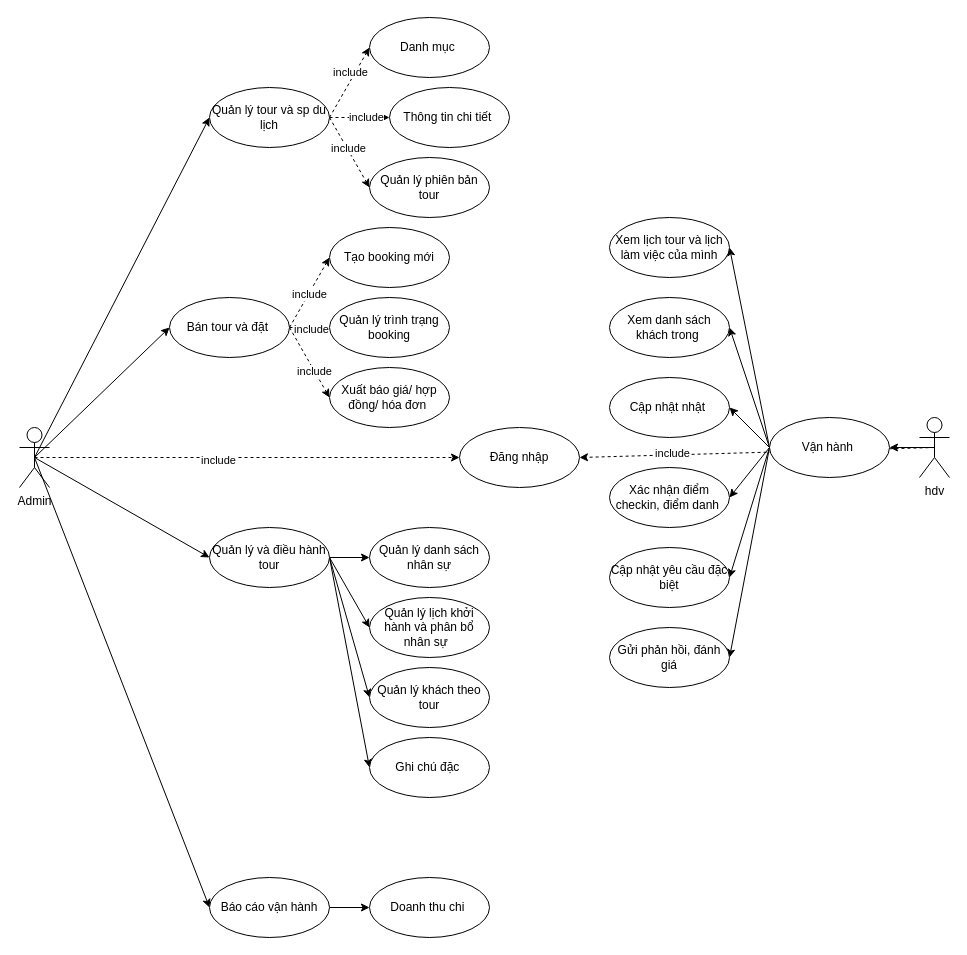
Before: Biểu đồ không có tiêu đề.drawio in Carrotnot4me/Du_an_1_new, a draw.io diagram. Source tidied: cells renumbered, new cells numbered last; positions are measured from the earlier drawing's top-left corner, leaving out a move shared by most shapes. Both pictures are drawn from the tidied source at 100%, with x=0, y=0 at pixel (19, 17).
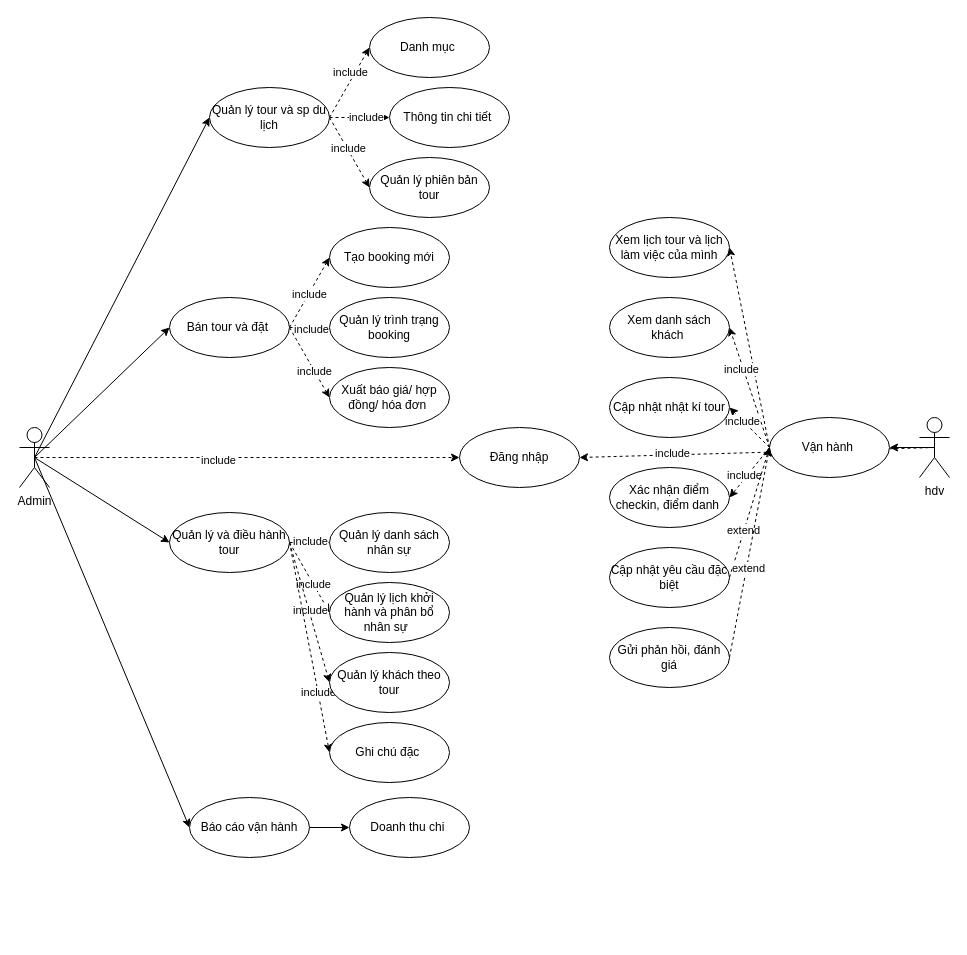
Above is the later version.

The change refers to these unchanged cells:
```xml
<mxCell id="52" value="Vận hành&amp;nbsp;" style="ellipse;whiteSpace=wrap;html=1;" parent="1" vertex="1">
  <mxGeometry x="750" y="400" width="120" height="60" as="geometry" />
</mxCell>
<mxCell id="55" value="Xem lịch tour và lịch làm việc của mình" style="ellipse;whiteSpace=wrap;html=1;" parent="1" vertex="1">
  <mxGeometry x="590" y="200" width="120" height="60" as="geometry" />
</mxCell>
<mxCell id="57" value="Xác nhận điểm checkin, điểm danh&amp;nbsp;" style="ellipse;whiteSpace=wrap;html=1;" parent="1" vertex="1">
  <mxGeometry x="590" y="450" width="120" height="60" as="geometry" />
</mxCell>
<mxCell id="58" value="Cập nhật yêu cầu đặc biệt" style="ellipse;whiteSpace=wrap;html=1;" parent="1" vertex="1">
  <mxGeometry x="590" y="530" width="120" height="60" as="geometry" />
</mxCell>
<mxCell id="59" value="Gửi phản hồi, đánh giá" style="ellipse;whiteSpace=wrap;html=1;" parent="1" vertex="1">
  <mxGeometry x="590" y="610" width="120" height="60" as="geometry" />
</mxCell>
```

What changed in the source:
```diff
@@
-    <mxCell id="28" style="edgeStyle=orthogonalEdgeStyle;rounded=0;jettySize=auto;html=1;exitX=1;exitY=0.5;exitDx=0;exitDy=0;" parent="1" edge="1" source="32" target="44">
+    <mxCell id="28" style="edgeStyle=orthogonalEdgeStyle;rounded=0;jettySize=auto;html=1;exitX=1;exitY=0.5;exitDx=0;exitDy=0;dashed=1;" parent="1" edge="1" source="32" target="44">
       <mxGeometry relative="1" as="geometry" />
     </mxCell>
+    <mxCell id="60" value="include" style="edgeLabel;html=1;align=center;verticalAlign=middle;" parent="28" vertex="1">
+      <mxGeometry y="2" relative="1" as="geometry" />
+    </mxCell>
-    <mxCell id="29" style="rounded=0;jettySize=auto;html=1;exitX=1;exitY=0.5;exitDx=0;exitDy=0;entryX=0;entryY=0.5;entryDx=0;entryDy=0;" parent="1" edge="1" source="32" target="41">
+    <mxCell id="29" style="rounded=0;jettySize=auto;html=1;exitX=1;exitY=0.5;exitDx=0;exitDy=0;entryX=0;entryY=0.5;entryDx=0;entryDy=0;dashed=1;" parent="1" edge="1" source="32" target="41">
       <mxGeometry relative="1" as="geometry" />
     </mxCell>
+    <mxCell id="61" value="include" style="edgeLabel;html=1;align=center;verticalAlign=middle;" parent="29" vertex="1">
+      <mxGeometry x="0.18" relative="1" as="geometry" />
+    </mxCell>
-    <mxCell id="30" style="rounded=0;jettySize=auto;html=1;exitX=1;exitY=0.5;exitDx=0;exitDy=0;entryX=0;entryY=0.5;entryDx=0;entryDy=0;" parent="1" edge="1" source="32" target="42">
+    <mxCell id="30" style="rounded=0;jettySize=auto;html=1;exitX=1;exitY=0.5;exitDx=0;exitDy=0;entryX=0;entryY=0.5;entryDx=0;entryDy=0;dashed=1;" parent="1" edge="1" source="32" target="42">
       <mxGeometry relative="1" as="geometry" />
     </mxCell>
+    <mxCell id="62" value="include" style="edgeLabel;html=1;align=center;verticalAlign=middle;" parent="30" vertex="1">
+      <mxGeometry x="-0.04" y="1" relative="1" as="geometry" />
+    </mxCell>
-    <mxCell id="31" style="rounded=0;jettySize=auto;html=1;exitX=1;exitY=0.5;exitDx=0;exitDy=0;entryX=0;entryY=0.5;entryDx=0;entryDy=0;" parent="1" edge="1" source="32" target="43">
+    <mxCell id="31" style="rounded=0;jettySize=auto;html=1;exitX=1;exitY=0.5;exitDx=0;exitDy=0;entryX=0;entryY=0.5;entryDx=0;entryDy=0;dashed=1;" parent="1" edge="1" source="32" target="43">
       <mxGeometry relative="1" as="geometry" />
     </mxCell>
+    <mxCell id="63" value="include" style="edgeLabel;html=1;align=center;verticalAlign=middle;" parent="31" vertex="1">
+      <mxGeometry x="0.42" relative="1" as="geometry" />
+    </mxCell>
     <mxCell id="32" value="Quản lý và điều hành tour" style="ellipse;whiteSpace=wrap;html=1;" parent="1" vertex="1">
-      <mxGeometry x="190" y="510" width="120" height="60" as="geometry" />
+      <mxGeometry x="150" y="495" width="120" height="60" as="geometry" />
     </mxCell>
@@
     <mxCell id="34" value="Báo cáo vận hành" style="ellipse;whiteSpace=wrap;html=1;" parent="1" vertex="1">
-      <mxGeometry x="190" y="860" width="120" height="60" as="geometry" />
+      <mxGeometry x="170" y="780" width="120" height="60" as="geometry" />
     </mxCell>
@@
     <mxCell id="41" value="Quản lý lịch khởi hành và phân bổ nhân sự&amp;nbsp;&amp;nbsp;" style="ellipse;whiteSpace=wrap;html=1;" parent="1" vertex="1">
-      <mxGeometry x="350" y="580" width="120" height="60" as="geometry" />
+      <mxGeometry x="310" y="565" width="120" height="60" as="geometry" />
     </mxCell>
     <mxCell id="42" value="Quản lý khách theo tour" style="ellipse;whiteSpace=wrap;html=1;" parent="1" vertex="1">
-      <mxGeometry x="350" y="650" width="120" height="60" as="geometry" />
+      <mxGeometry x="310" y="635" width="120" height="60" as="geometry" />
     </mxCell>
     <mxCell id="43" value="Ghi chú đặc&amp;nbsp;" style="ellipse;whiteSpace=wrap;html=1;" parent="1" vertex="1">
-      <mxGeometry x="350" y="720" width="120" height="60" as="geometry" />
+      <mxGeometry x="310" y="705" width="120" height="60" as="geometry" />
     </mxCell>
     <mxCell id="44" value="Quản lý danh sách nhân sự" style="ellipse;whiteSpace=wrap;html=1;" parent="1" vertex="1">
-      <mxGeometry x="350" y="510" width="120" height="60" as="geometry" />
+      <mxGeometry x="310" y="495" width="120" height="60" as="geometry" />
     </mxCell>
     <mxCell id="45" value="Doanh thu chi&amp;nbsp;" style="ellipse;whiteSpace=wrap;html=1;" parent="1" vertex="1">
-      <mxGeometry x="350" y="860" width="120" height="60" as="geometry" />
+      <mxGeometry x="330" y="780" width="120" height="60" as="geometry" />
     </mxCell>
-    <mxCell id="46" style="rounded=0;jettySize=auto;html=1;exitX=0;exitY=0.5;exitDx=0;exitDy=0;entryX=1;entryY=0.5;entryDx=0;entryDy=0;" parent="1" edge="1" source="52" target="55">
+    <mxCell id="46" style="rounded=0;jettySize=auto;html=1;exitX=0;exitY=0.5;exitDx=0;exitDy=0;entryX=1;entryY=0.5;entryDx=0;entryDy=0;dashed=1;" parent="1" edge="1" source="52" target="55">
       <mxGeometry relative="1" as="geometry" />
     </mxCell>
-    <mxCell id="47" style="rounded=0;jettySize=auto;html=1;exitX=0;exitY=0.5;exitDx=0;exitDy=0;entryX=1;entryY=0.5;entryDx=0;entryDy=0;" parent="1" edge="1" source="52" target="53">
+    <mxCell id="47" style="rounded=0;jettySize=auto;html=1;exitX=0;exitY=0.5;exitDx=0;exitDy=0;entryX=1;entryY=0.5;entryDx=0;entryDy=0;dashed=1;" parent="1" edge="1" source="52" target="53">
       <mxGeometry relative="1" as="geometry" />
     </mxCell>
-    <mxCell id="48" style="rounded=0;jettySize=auto;html=1;exitX=0;exitY=0.5;exitDx=0;exitDy=0;entryX=1;entryY=0.5;entryDx=0;entryDy=0;" parent="1" edge="1" source="52" target="58">
-      <mxGeometry relative="1" as="geometry" />
-    </mxCell>
-    <mxCell id="49" style="rounded=0;jettySize=auto;html=1;exitX=0;exitY=0.5;exitDx=0;exitDy=0;entryX=1;entryY=0.5;entryDx=0;entryDy=0;" parent="1" edge="1" source="52" target="59">
-      <mxGeometry relative="1" as="geometry" />
-    </mxCell>
+    <mxCell id="64" value="include" style="edgeLabel;html=1;align=center;verticalAlign=middle;" parent="47" vertex="1">
+      <mxGeometry x="0.31" y="2" relative="1" as="geometry" />
+    </mxCell>
-    <mxCell id="50" style="rounded=0;jettySize=auto;html=1;exitX=0;exitY=0.5;exitDx=0;exitDy=0;entryX=1;entryY=0.5;entryDx=0;entryDy=0;" parent="1" edge="1" source="52" target="54">
+    <mxCell id="50" style="rounded=0;jettySize=auto;html=1;exitX=0;exitY=0.5;exitDx=0;exitDy=0;entryX=1;entryY=0.5;entryDx=0;entryDy=0;dashed=1;" parent="1" edge="1" source="52" target="54">
       <mxGeometry relative="1" as="geometry" />
     </mxCell>
+    <mxCell id="65" value="include" style="edgeLabel;html=1;align=center;verticalAlign=middle;" parent="50" vertex="1">
+      <mxGeometry x="0.34" y="1" relative="1" as="geometry" />
+    </mxCell>
-    <mxCell id="51" style="rounded=0;jettySize=auto;html=1;exitX=0;exitY=0.5;exitDx=0;exitDy=0;entryX=1;entryY=0.5;entryDx=0;entryDy=0;" parent="1" edge="1" source="52" target="57">
+    <mxCell id="51" style="rounded=0;jettySize=auto;html=1;exitX=0;exitY=0.5;exitDx=0;exitDy=0;entryX=1;entryY=0.5;entryDx=0;entryDy=0;dashed=1;" parent="1" edge="1" source="52" target="57">
       <mxGeometry relative="1" as="geometry" />
     </mxCell>
+    <mxCell id="66" value="include" style="edgeLabel;html=1;align=center;verticalAlign=middle;" parent="51" vertex="1">
+      <mxGeometry x="0.17" y="-3" relative="1" as="geometry" />
+    </mxCell>
@@
-    <mxCell id="53" value="Xem danh sách khách trong&amp;nbsp;" style="ellipse;whiteSpace=wrap;html=1;" parent="1" vertex="1">
+    <mxCell id="53" value="Xem danh sách khách&amp;nbsp;" style="ellipse;whiteSpace=wrap;html=1;" parent="1" vertex="1">
       <mxGeometry x="590" y="280" width="120" height="60" as="geometry" />
     </mxCell>
-    <mxCell id="54" value="Cập nhật nhật&amp;nbsp;" style="ellipse;whiteSpace=wrap;html=1;" parent="1" vertex="1">
+    <mxCell id="54" value="Cập nhật nhật kí tour" style="ellipse;whiteSpace=wrap;html=1;" parent="1" vertex="1">
       <mxGeometry x="590" y="360" width="120" height="60" as="geometry" />
     </mxCell>
@@
+    <mxCell id="67" style="rounded=0;jettySize=auto;html=1;exitX=1;exitY=0.5;exitDx=0;exitDy=0;dashed=1;" parent="1" edge="1" source="58">
+      <mxGeometry relative="1" as="geometry">
+        <mxPoint x="750" y="430" as="targetPoint" />
+      </mxGeometry>
+    </mxCell>
+    <mxCell id="68" value="extend" style="edgeLabel;html=1;align=center;verticalAlign=middle;" parent="67" vertex="1">
+      <mxGeometry x="-0.28" y="1" relative="1" as="geometry" />
+    </mxCell>
@@
+    <mxCell id="69" style="rounded=0;jettySize=auto;html=1;exitX=1;exitY=0.5;exitDx=0;exitDy=0;entryX=0;entryY=0.5;entryDx=0;entryDy=0;dashed=1;" parent="1" edge="1" source="59" target="52">
+      <mxGeometry relative="1" as="geometry" />
+    </mxCell>
+    <mxCell id="70" value="extend" style="edgeLabel;html=1;align=center;verticalAlign=middle;" parent="69" vertex="1">
+      <mxGeometry x="-0.15" y="-2" relative="1" as="geometry" />
+    </mxCell>
```
